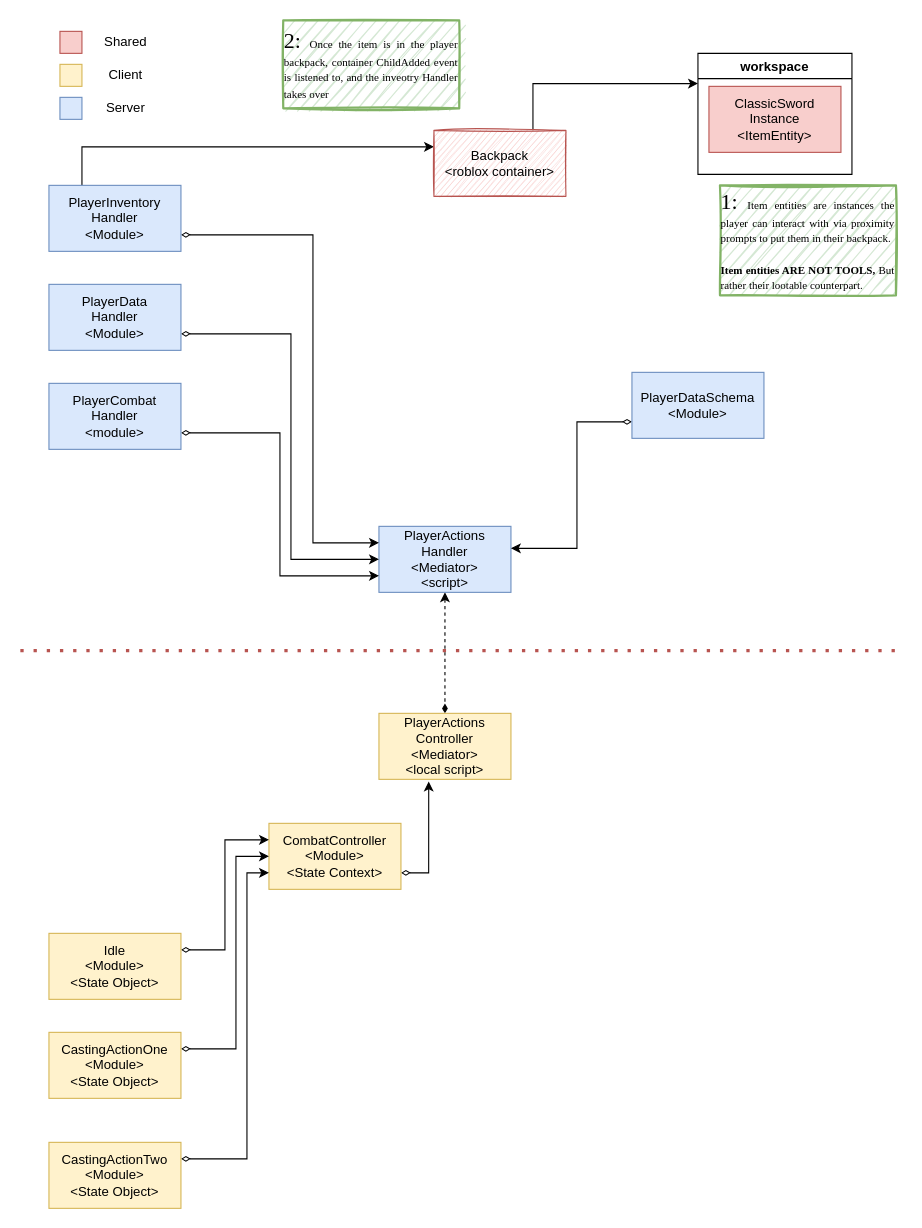
Before: Docs/PlayerInventory Arq..drawio in CluelessD3v/voldexGame, a draw.io diagram. Source tidied: cells renumbered, new cells numbered last; positions are measured from the earlier drawing's top-left corner, leaving out a move shared by most shapes. Both pictures are drawn from the tidied source at 110%, with x=0, y=0 at pixel (20, 20).
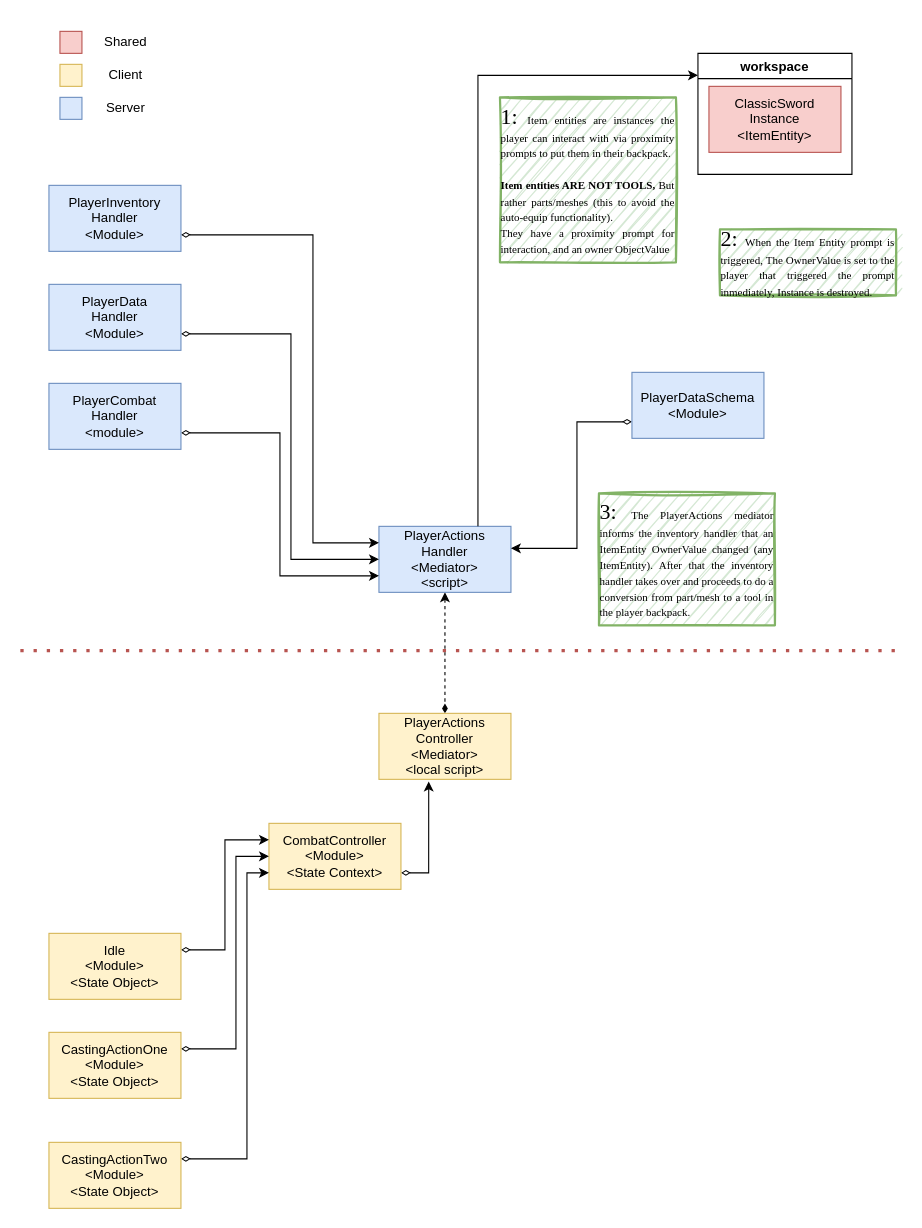
The same diagram, later.

Commit message (it also covers changes not shown here):
Modified inventory diagrams to reflect current behavior

The change refers to these unchanged cells:
```xml
<mxCell id="4" value="PlayerActions&lt;br&gt;Handler&lt;br&gt;&amp;lt;Mediator&amp;gt;&lt;br&gt;&amp;lt;script&amp;gt;" style="rounded=0;whiteSpace=wrap;html=1;fillColor=#dae8fc;strokeColor=#6c8ebf;" parent="1" vertex="1">
  <mxGeometry x="326" y="460" width="120" height="60" as="geometry" />
</mxCell>
<mxCell id="22" value="PlayerInventory&lt;br&gt;Handler&lt;br&gt;&amp;lt;Module&amp;gt;" style="rounded=0;whiteSpace=wrap;html=1;fillColor=#dae8fc;strokeColor=#6c8ebf;" parent="1" vertex="1">
  <mxGeometry x="26" y="150" width="120" height="60" as="geometry" />
</mxCell>
<mxCell id="30" value="workspace" style="swimlane;" parent="1" vertex="1">
  <mxGeometry x="616" y="30" width="140" height="110" as="geometry" />
</mxCell>
```

Diff of the diagram source:
```diff
@@
-    <mxCell id="21" style="edgeStyle=orthogonalEdgeStyle;rounded=0;jettySize=auto;html=1;exitX=0.25;exitY=0;exitDx=0;exitDy=0;entryX=0;entryY=0.25;entryDx=0;entryDy=0;" parent="1" edge="1" source="22" target="34">
-      <mxGeometry relative="1" as="geometry" />
-    </mxCell>
+    <mxCell id="35" style="edgeStyle=orthogonalEdgeStyle;rounded=0;jettySize=auto;html=1;entryX=0;entryY=0.182;entryDx=0;entryDy=0;exitX=0.75;exitY=0;exitDx=0;exitDy=0;entryPerimeter=0;" parent="1" edge="1" source="4" target="30">
+      <mxGeometry relative="1" as="geometry" />
+    </mxCell>
@@
-    <mxCell id="29" value="&lt;div style=&quot;text-align: justify&quot;&gt;&lt;font face=&quot;Times New Roman&quot;&gt;&lt;span style=&quot;font-size: 20px&quot;&gt;1:&amp;nbsp;&lt;/span&gt;&lt;font style=&quot;font-size: 10px&quot;&gt;Item entities are instances the player can interact with via proximity prompts to put them in their backpack.&lt;br&gt;&lt;br&gt;&lt;b&gt;Item entities ARE NOT TOOLS,&lt;/b&gt;&amp;nbsp;But rather their lootable counterpart.&lt;br&gt;&lt;/font&gt;&lt;/font&gt;&lt;/div&gt;" style="text;html=1;strokeColor=#82b366;fillColor=#d5e8d4;align=center;verticalAlign=middle;whiteSpace=wrap;rounded=0;sketch=1;strokeWidth=2;" parent="1" vertex="1">
-      <mxGeometry x="636" y="150" width="160" height="100" as="geometry" />
+    <mxCell id="29" value="&lt;div style=&quot;text-align: justify&quot;&gt;&lt;font face=&quot;Times New Roman&quot;&gt;&lt;span style=&quot;font-size: 20px&quot;&gt;1:&amp;nbsp;&lt;/span&gt;&lt;font style=&quot;font-size: 10px&quot;&gt;Item entities are instances the player can interact with via proximity prompts to put them in their backpack.&lt;br&gt;&lt;br&gt;&lt;b&gt;Item entities ARE NOT TOOLS,&lt;/b&gt;&amp;nbsp;But rather parts/meshes (this to avoid the auto-equip functionality).&lt;br&gt;They have a proximity prompt for interaction, and an owner ObjectValue&lt;/font&gt;&lt;/font&gt;&lt;/div&gt;" style="text;html=1;strokeColor=#82b366;fillColor=#d5e8d4;align=center;verticalAlign=middle;whiteSpace=wrap;rounded=0;sketch=1;strokeWidth=2;" parent="1" vertex="1">
+      <mxGeometry x="436" y="70" width="160" height="150" as="geometry" />
     </mxCell>
@@
-    <mxCell id="32" value="&lt;div style=&quot;text-align: justify&quot;&gt;&lt;font face=&quot;Times New Roman&quot;&gt;&lt;span style=&quot;font-size: 20px&quot;&gt;2: &lt;/span&gt;&lt;span style=&quot;font-size: 10px&quot;&gt;Once the item is in the player backpack, container ChildAdded event is listened to, and the inveotry Handler takes over&lt;/span&gt;&lt;/font&gt;&lt;/div&gt;" style="text;html=1;strokeColor=#82b366;fillColor=#d5e8d4;align=center;verticalAlign=middle;whiteSpace=wrap;rounded=0;sketch=1;strokeWidth=2;" parent="1" vertex="1">
-      <mxGeometry x="239" width="160" height="80" as="geometry" />
+    <mxCell id="32" value="&lt;div style=&quot;text-align: justify&quot;&gt;&lt;font face=&quot;Times New Roman&quot;&gt;&lt;span style=&quot;font-size: 20px&quot;&gt;2: &lt;/span&gt;&lt;span style=&quot;font-size: 10px&quot;&gt;When the Item Entity prompt is triggered, The OwnerValue is set to the player that triggered the prompt inmediately, Instance is destroyed.&lt;/span&gt;&lt;/font&gt;&lt;/div&gt;" style="text;html=1;strokeColor=#82b366;fillColor=#d5e8d4;align=center;verticalAlign=middle;whiteSpace=wrap;rounded=0;sketch=1;strokeWidth=2;" parent="1" vertex="1">
+      <mxGeometry x="636" y="190" width="160" height="60" as="geometry" />
     </mxCell>
-    <mxCell id="33" style="edgeStyle=orthogonalEdgeStyle;rounded=0;jettySize=auto;html=1;exitX=0.75;exitY=0;exitDx=0;exitDy=0;entryX=0;entryY=0.25;entryDx=0;entryDy=0;" parent="1" edge="1" source="34" target="30">
-      <mxGeometry relative="1" as="geometry" />
-    </mxCell>
-    <mxCell id="34" value="Backpack&lt;br&gt;&amp;lt;roblox container&amp;gt;" style="rounded=0;whiteSpace=wrap;html=1;sketch=1;fillColor=#f8cecc;strokeColor=#b85450;" parent="1" vertex="1">
-      <mxGeometry x="376" y="100" width="120" height="60" as="geometry" />
-    </mxCell>
+    <mxCell id="36" value="&lt;div style=&quot;text-align: justify&quot;&gt;&lt;font face=&quot;Times New Roman&quot;&gt;&lt;span style=&quot;font-size: 20px&quot;&gt;3: &lt;/span&gt;&lt;span style=&quot;font-size: 10px&quot;&gt;The PlayerActions mediator informs the inventory handler that an ItemEntity OwnerValue changed (any ItemEntity). After that the inventory handler takes over and proceeds to do a conversion from part/mesh to a tool in the player backpack.&amp;nbsp;&lt;/span&gt;&lt;/font&gt;&lt;/div&gt;" style="text;html=1;strokeColor=#82b366;fillColor=#d5e8d4;align=center;verticalAlign=middle;whiteSpace=wrap;rounded=0;sketch=1;strokeWidth=2;" parent="1" vertex="1">
+      <mxGeometry x="526" y="430" width="160" height="120" as="geometry" />
+    </mxCell>
```
